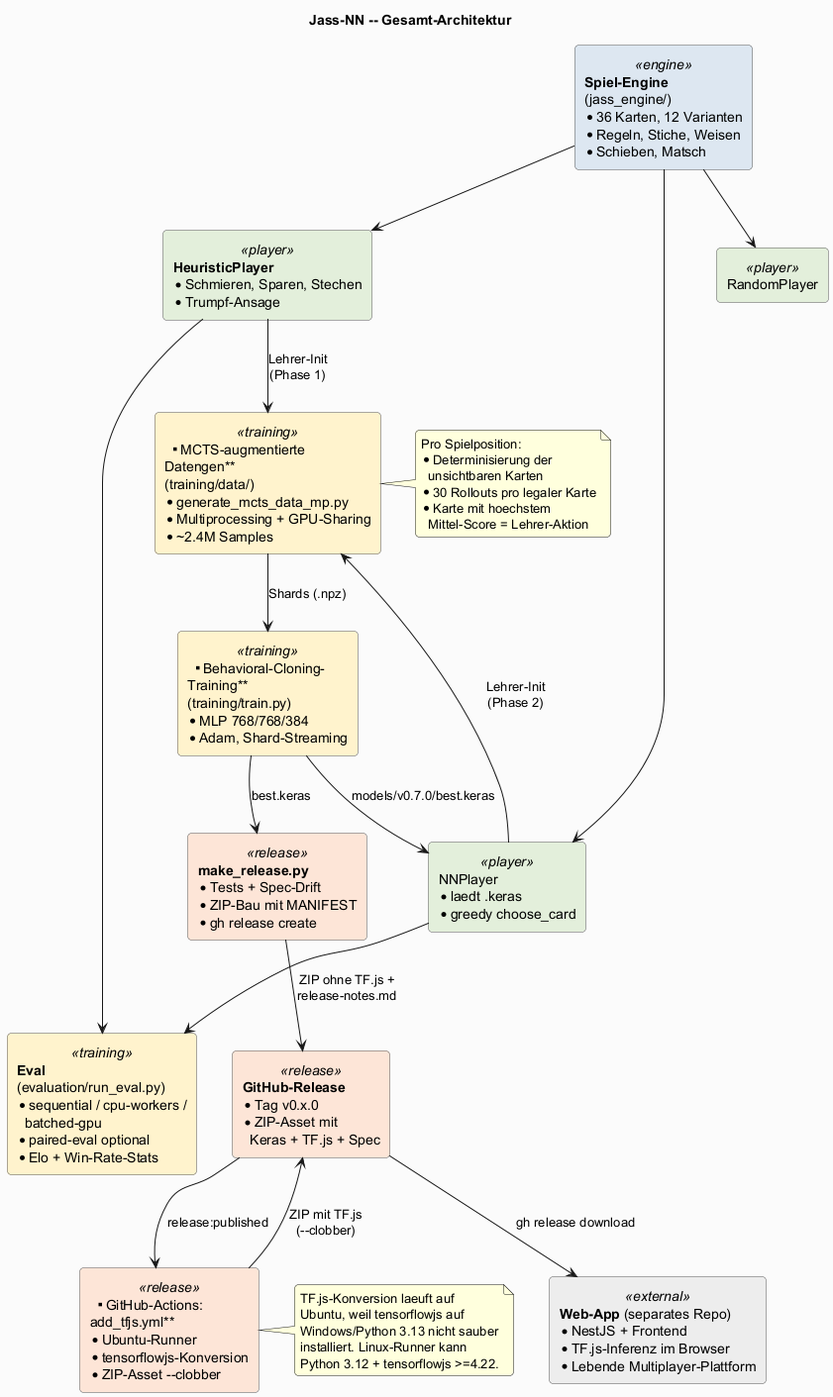
Before: docs/diagrams/system_overview.png, a diagram exported from PlantUML (matthili/JCN9000).
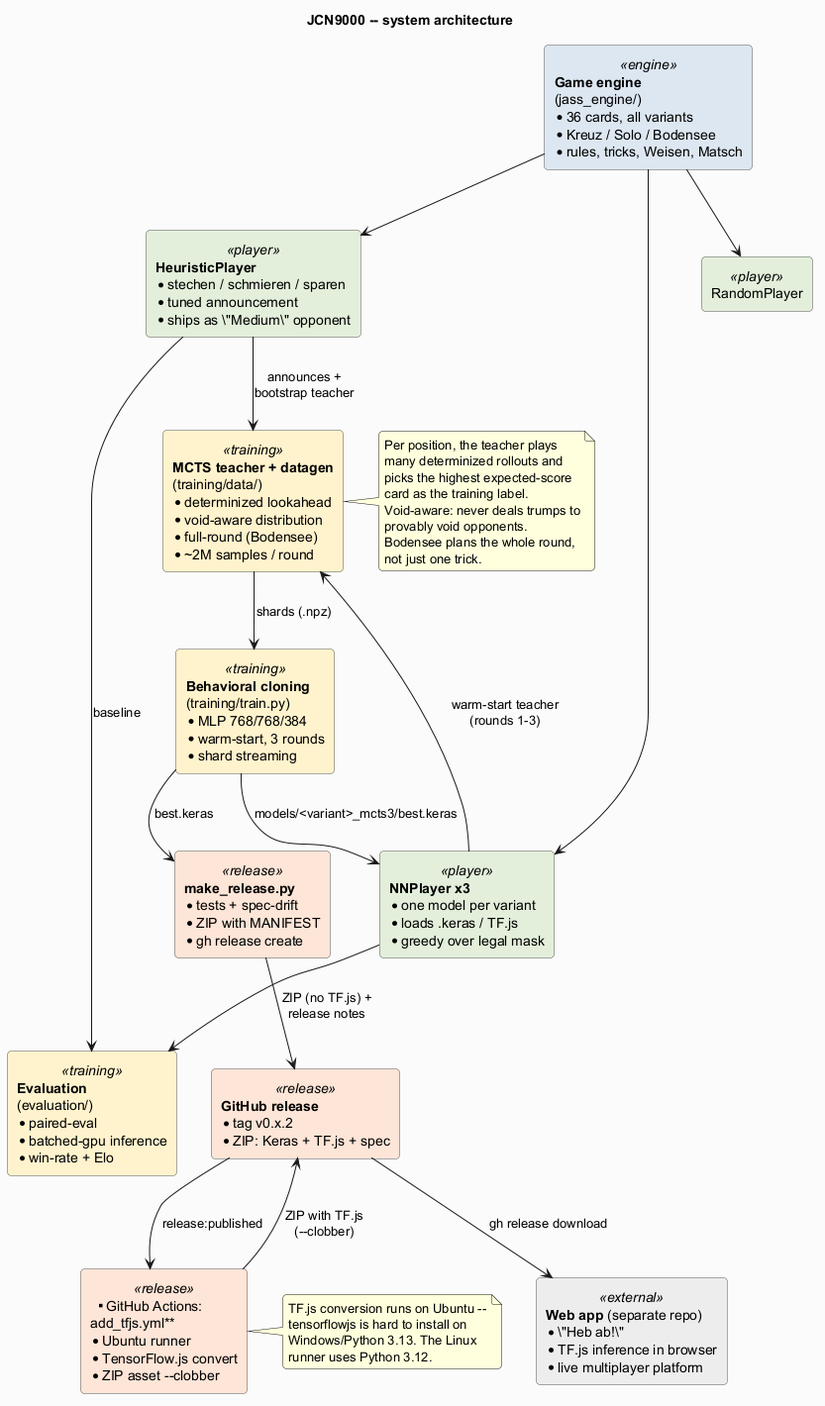
The same file after the commit.

Diff of the diagram source:
```diff
@@ -1,6 +1,6 @@
 @startuml system_overview
 
-title Jass-NN -- Gesamt-Architektur
+title JCN9000 -- system architecture
 
 skinparam backgroundColor #FAFAFA
 skinparam defaultFontName "Helvetica"
@@ -16,56 +16,57 @@
   BorderColor #555555
 }
 
-rectangle "**Spiel-Engine**\n(jass_engine/)\n* 36 Karten, 12 Varianten\n* Regeln, Stiche, Weisen\n* Schieben, Matsch" <<engine>> as engine
+rectangle "**Game engine**\n(jass_engine/)\n* 36 cards, all variants\n* Kreuz / Solo / Bodensee\n* rules, tricks, Weisen, Matsch" <<engine>> as engine
 
 rectangle "RandomPlayer" <<player>> as random
-rectangle "**HeuristicPlayer**\n* Schmieren, Sparen, Stechen\n* Trumpf-Ansage" <<player>> as heuristic
-rectangle "NNPlayer\n* laedt .keras\n* greedy choose_card" <<player>> as nn
+rectangle "**HeuristicPlayer**\n* stechen / schmieren / sparen\n* tuned announcement\n* ships as \"Medium\" opponent" <<player>> as heuristic
+rectangle "**NNPlayer x3**\n* one model per variant\n* loads .keras / TF.js\n* greedy over legal mask" <<player>> as nn
 
-rectangle "**MCTS-augmentierte\nDatengen**\n(training/data/)\n* generate_mcts_data_mp.py\n* Multiprocessing + GPU-Sharing\n* ~2.4M Samples" <<training>> as datagen
-rectangle "**Behavioral-Cloning-\nTraining**\n(training/train.py)\n* MLP 768/768/384\n* Adam, Shard-Streaming" <<training>> as train
-rectangle "**Eval**\n(evaluation/run_eval.py)\n* sequential / cpu-workers /\n  batched-gpu\n* paired-eval optional\n* Elo + Win-Rate-Stats" <<training>> as eval
+rectangle "**MCTS teacher + datagen**\n(training/data/)\n* determinized lookahead\n* void-aware distribution\n* full-round (Bodensee)\n* ~2M samples / round" <<training>> as datagen
+rectangle "**Behavioral cloning**\n(training/train.py)\n* MLP 768/768/384\n* warm-start, 3 rounds\n* shard streaming" <<training>> as train
+rectangle "**Evaluation**\n(evaluation/)\n* paired-eval\n* batched-gpu inference\n* win-rate + Elo" <<training>> as eval
 
-rectangle "**make_release.py**\n* Tests + Spec-Drift\n* ZIP-Bau mit MANIFEST\n* gh release create" <<release>> as makerelease
-rectangle "**GitHub-Actions:\nadd_tfjs.yml**\n* Ubuntu-Runner\n* tensorflowjs-Konversion\n* ZIP-Asset --clobber" <<release>> as actions
-rectangle "**GitHub-Release**\n* Tag v0.x.0\n* ZIP-Asset mit\n  Keras + TF.js + Spec" <<release>> as release
+rectangle "**make_release.py**\n* tests + spec-drift\n* ZIP with MANIFEST\n* gh release create" <<release>> as makerelease
+rectangle "**GitHub Actions:\nadd_tfjs.yml**\n* Ubuntu runner\n* TensorFlow.js convert\n* ZIP asset --clobber" <<release>> as actions
+rectangle "**GitHub release**\n* tag v0.x.2\n* ZIP: Keras + TF.js + spec" <<release>> as release
 
-rectangle "**Web-App** (separates Repo)\n* NestJS + Frontend\n* TF.js-Inferenz im Browser\n* Lebende Multiplayer-Plattform" <<external>> as webapp
+rectangle "**Web app** (separate repo)\n* \"Heb ab!\"\n* TF.js inference in browser\n* live multiplayer platform" <<external>> as webapp
 
 engine --> random
 engine --> heuristic
 engine --> nn
 
-heuristic --> datagen : "Lehrer-Init\n(Phase 1)"
-nn --> datagen : "Lehrer-Init\n(Phase 2)"
-datagen --> train : "Shards (.npz)"
-train --> nn : "models/v0.7.0/best.keras"
+heuristic --> datagen : "announces +\nbootstrap teacher"
+nn --> datagen : "warm-start teacher\n(rounds 1-3)"
+datagen --> train : "shards (.npz)"
+train --> nn : "models/<variant>_mcts3/best.keras"
 
 nn --> eval
-heuristic --> eval
+heuristic --> eval : "baseline"
 
 train --> makerelease : "best.keras"
-makerelease --> release : "ZIP ohne TF.js +\nrelease-notes.md"
+makerelease --> release : "ZIP (no TF.js) +\nrelease notes"
 release --> actions : "release:published"
-actions --> release : "ZIP mit TF.js\n(--clobber)"
+actions --> release : "ZIP with TF.js\n(--clobber)"
 
 release --> webapp : "gh release download"
 
 note right of datagen
-  Pro Spielposition:
-  * Determinisierung der
-    unsichtbaren Karten
-  * 30 Rollouts pro legaler Karte
-  * Karte mit hoechstem
-    Mittel-Score = Lehrer-Aktion
+  Per position, the teacher plays
+  many determinized rollouts and
+  picks the highest expected-score
+  card as the training label.
+  Void-aware: never deals trumps to
+  provably void opponents.
+  Bodensee plans the whole round,
+  not just one trick.
 end note
 
 note right of actions
-  TF.js-Konversion laeuft auf
-  Ubuntu, weil tensorflowjs auf
-  Windows/Python 3.13 nicht sauber
-  installiert. Linux-Runner kann
-  Python 3.12 + tensorflowjs >=4.22.
+  TF.js conversion runs on Ubuntu --
+  tensorflowjs is hard to install on
+  Windows/Python 3.13. The Linux
+  runner uses Python 3.12.
 end note
 
 @enduml
```
